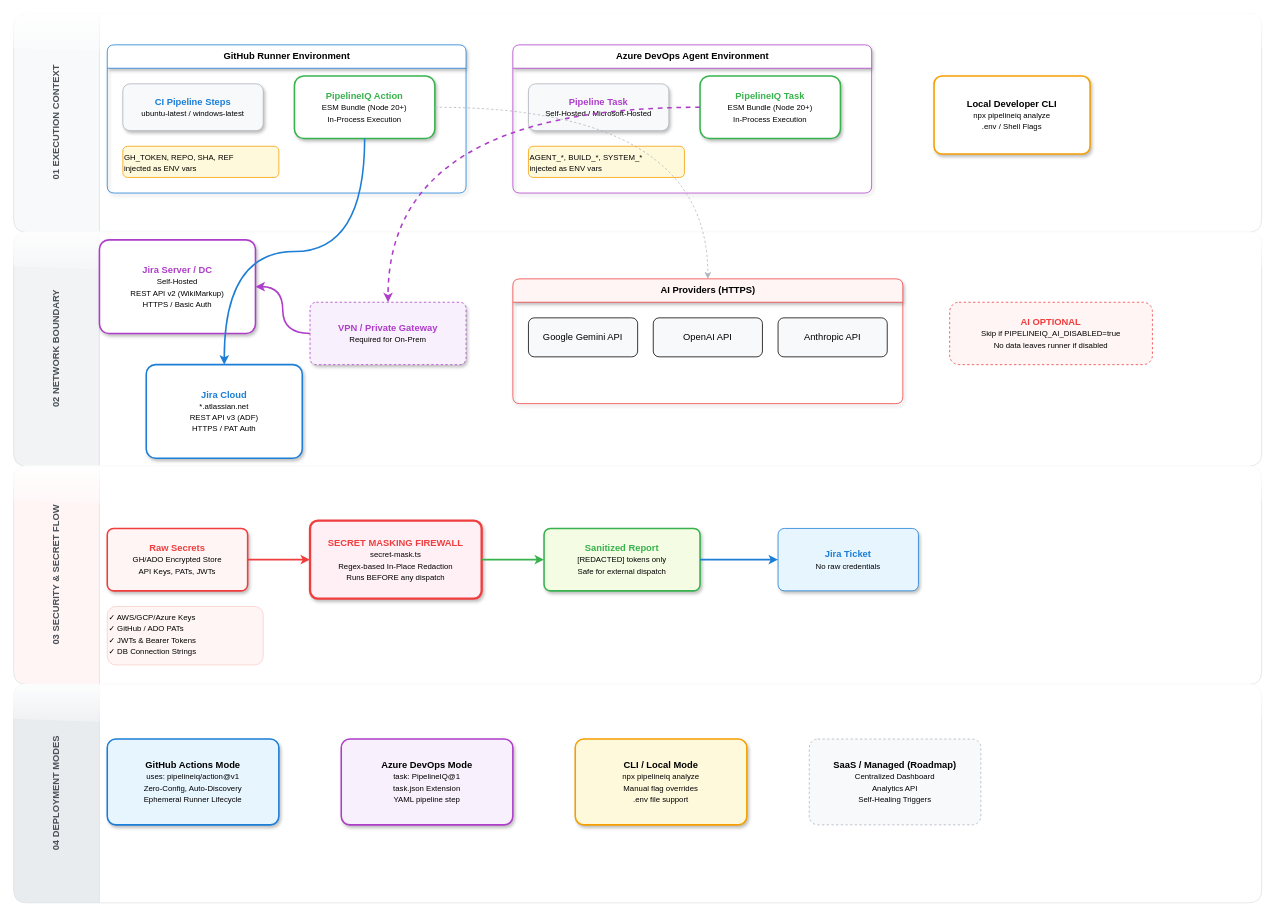
meetpatel1111/PipelineIQ keeps this draw.io diagram as pipelineiq-arch-deployment-topology.drawio. Above is the earlier version. Source tidied: cells renumbered, new cells numbered last; positions are measured from the earlier drawing's top-left corner, leaving out a move shared by most shapes. Both pictures are drawn from the tidied source at 78%, with x=0, y=0 at pixel (13, 13).
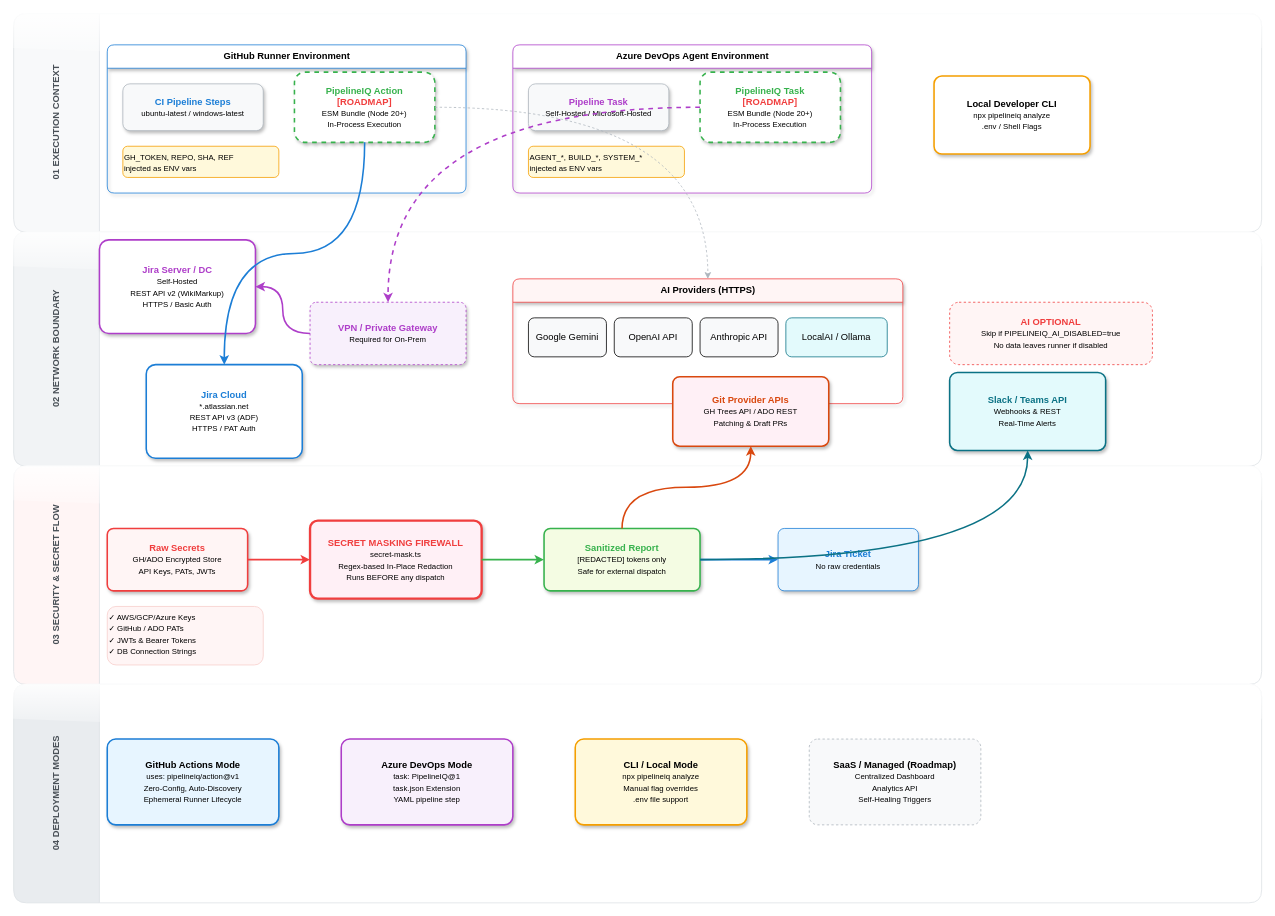
The same diagram, later.

The change refers to these unchanged cells:
```xml
<mxCell id="3" value="&lt;b&gt;GitHub Runner Environment&lt;/b&gt;" style="swimlane;startSize=30;fillColor=#ffffff;strokeColor=#1c7ed6;html=1;rounded=1;arcSize=10;shadow=1;" parent="2" vertex="1">
  <mxGeometry x="120" y="40" width="460" height="190" as="geometry" />
</mxCell>
<mxCell id="7" value="&lt;b&gt;Azure DevOps Agent Environment&lt;/b&gt;" style="swimlane;startSize=30;fillColor=#ffffff;strokeColor=#ae3ec9;html=1;rounded=1;arcSize=10;shadow=1;" parent="2" vertex="1">
  <mxGeometry x="640" y="40" width="460" height="190" as="geometry" />
</mxCell>
<mxCell id="12" value="&lt;b&gt;02 NETWORK BOUNDARY&lt;/b&gt;" style="swimlane;horizontal=0;startSize=110;fillColor=#f1f3f5;html=1;fontColor=#495057;strokeColor=#dee2e6;glass=1;rounded=1;arcSize=5;" parent="1" vertex="1">
  <mxGeometry y="280" width="1600" height="300" as="geometry" />
</mxCell>
<mxCell id="16" value="&lt;b&gt;AI Providers (HTTPS)&lt;/b&gt;" style="swimlane;startSize=30;fillColor=#fff5f5;strokeColor=#f03e3e;html=1;rounded=1;arcSize=10;shadow=1;" parent="12" vertex="1">
  <mxGeometry x="640" y="60" width="500" height="160" as="geometry" />
</mxCell>
<mxCell id="24" value="&lt;font color=&quot;#37b24d&quot;&gt;&lt;b&gt;Sanitized Report&lt;/b&gt;&lt;/font&gt;&lt;br&gt;&lt;small&gt;[REDACTED] tokens only&lt;br&gt;Safe for external dispatch&lt;/small&gt;" style="rounded=1;whiteSpace=wrap;html=1;fillColor=#f4fce3;strokeColor=#37b24d;strokeWidth=2;shadow=1;arcSize=10;" parent="21" vertex="1">
  <mxGeometry x="680" y="80" width="200" height="80" as="geometry" />
</mxCell>
```

Change to the diagram source:
```diff
@@
-    <mxCell id="5" value="&lt;font color=&quot;#37b24d&quot;&gt;&lt;b&gt;PipelineIQ Action&lt;/b&gt;&lt;/font&gt;&lt;br&gt;&lt;small&gt;ESM Bundle (Node 20+)&lt;br&gt;In-Process Execution&lt;/small&gt;" style="rounded=1;whiteSpace=wrap;html=1;fillColor=#ffffff;strokeColor=#37b24d;strokeWidth=2;shadow=1;" parent="3" vertex="1">
-      <mxGeometry x="240" y="40" width="180" height="80" as="geometry" />
+    <mxCell id="5" value="&lt;font color=&quot;#37b24d&quot;&gt;&lt;b&gt;PipelineIQ Action&lt;/b&gt;&lt;/font&gt;&lt;br&gt;&lt;font color=&quot;#f03e3e&quot;&gt;&lt;b&gt;[ROADMAP]&lt;/b&gt;&lt;/font&gt;&lt;br&gt;&lt;small&gt;ESM Bundle (Node 20+)&lt;br&gt;In-Process Execution&lt;/small&gt;" style="rounded=1;whiteSpace=wrap;html=1;fillColor=#ffffff;strokeColor=#37b24d;strokeWidth=2;shadow=1;dashed=1;" parent="3" vertex="1">
+      <mxGeometry x="240" y="35" width="180" height="90" as="geometry" />
     </mxCell>
@@
-    <mxCell id="9" value="&lt;font color=&quot;#37b24d&quot;&gt;&lt;b&gt;PipelineIQ Task&lt;/b&gt;&lt;/font&gt;&lt;br&gt;&lt;small&gt;ESM Bundle (Node 20+)&lt;br&gt;In-Process Execution&lt;/small&gt;" style="rounded=1;whiteSpace=wrap;html=1;fillColor=#ffffff;strokeColor=#37b24d;strokeWidth=2;shadow=1;" parent="7" vertex="1">
-      <mxGeometry x="240" y="40" width="180" height="80" as="geometry" />
+    <mxCell id="9" value="&lt;font color=&quot;#37b24d&quot;&gt;&lt;b&gt;PipelineIQ Task&lt;/b&gt;&lt;/font&gt;&lt;br&gt;&lt;font color=&quot;#f03e3e&quot;&gt;&lt;b&gt;[ROADMAP]&lt;/b&gt;&lt;/font&gt;&lt;br&gt;&lt;small&gt;ESM Bundle (Node 20+)&lt;br&gt;In-Process Execution&lt;/small&gt;" style="rounded=1;whiteSpace=wrap;html=1;fillColor=#ffffff;strokeColor=#37b24d;strokeWidth=2;shadow=1;dashed=1;" parent="7" vertex="1">
+      <mxGeometry x="240" y="35" width="180" height="90" as="geometry" />
     </mxCell>
@@
-    <mxCell id="17" value="Google Gemini API" style="rounded=1;whiteSpace=wrap;html=1;fillColor=#f8f9fa;" parent="16" vertex="1">
-      <mxGeometry x="20" y="50" width="140" height="50" as="geometry" />
+    <mxCell id="17" value="Google Gemini" style="rounded=1;whiteSpace=wrap;html=1;fillColor=#f8f9fa;" parent="16" vertex="1">
+      <mxGeometry x="20" y="50" width="100" height="50" as="geometry" />
     </mxCell>
     <mxCell id="18" value="OpenAI API" style="rounded=1;whiteSpace=wrap;html=1;fillColor=#f8f9fa;" parent="16" vertex="1">
-      <mxGeometry x="180" y="50" width="140" height="50" as="geometry" />
+      <mxGeometry x="130" y="50" width="100" height="50" as="geometry" />
     </mxCell>
     <mxCell id="19" value="Anthropic API" style="rounded=1;whiteSpace=wrap;html=1;fillColor=#f8f9fa;" parent="16" vertex="1">
-      <mxGeometry x="340" y="50" width="140" height="50" as="geometry" />
+      <mxGeometry x="240" y="50" width="100" height="50" as="geometry" />
     </mxCell>
+    <mxCell id="39" value="LocalAI / Ollama" style="rounded=1;whiteSpace=wrap;html=1;fillColor=#e3fafc;strokeColor=#0b7285;" parent="16" vertex="1">
+      <mxGeometry x="350" y="50" width="130" height="50" as="geometry" />
+    </mxCell>
@@
+    <mxCell id="40" value="&lt;font color=&quot;#0b7285&quot;&gt;&lt;b&gt;Slack / Teams API&lt;/b&gt;&lt;/font&gt;&lt;br&gt;&lt;small&gt;Webhooks &amp; REST&lt;br&gt;Real-Time Alerts&lt;/small&gt;" style="rounded=1;whiteSpace=wrap;html=1;fillColor=#e3fafc;strokeColor=#0b7285;strokeWidth=2;shadow=1;arcSize=10;" parent="12" vertex="1">
+      <mxGeometry x="1200" y="180" width="200" height="100" as="geometry" />
+    </mxCell>
+    <mxCell id="41" value="&lt;font color=&quot;#d9480f&quot;&gt;&lt;b&gt;Git Provider APIs&lt;/b&gt;&lt;/font&gt;&lt;br&gt;&lt;small&gt;GH Trees API / ADO REST&lt;br&gt;Patching &amp; Draft PRs&lt;/small&gt;" style="rounded=1;whiteSpace=wrap;html=1;fillColor=#fff0f6;strokeColor=#d9480f;strokeWidth=2;shadow=1;arcSize=10;" parent="12" vertex="1">
+      <mxGeometry x="845" y="185.5" width="200" height="89" as="geometry" />
+    </mxCell>
@@
+    <mxCell id="42" style="edgeStyle=orthogonalEdgeStyle;curved=1;rounded=1;html=1;strokeWidth=2;strokeColor=#0b7285;" parent="1" edge="1" source="24" target="40">
+      <mxGeometry relative="1" as="geometry" />
+    </mxCell>
+    <mxCell id="43" style="edgeStyle=orthogonalEdgeStyle;curved=1;rounded=1;html=1;strokeWidth=2;strokeColor=#d9480f;" parent="1" edge="1" source="24" target="41">
+      <mxGeometry relative="1" as="geometry" />
+    </mxCell>
```
